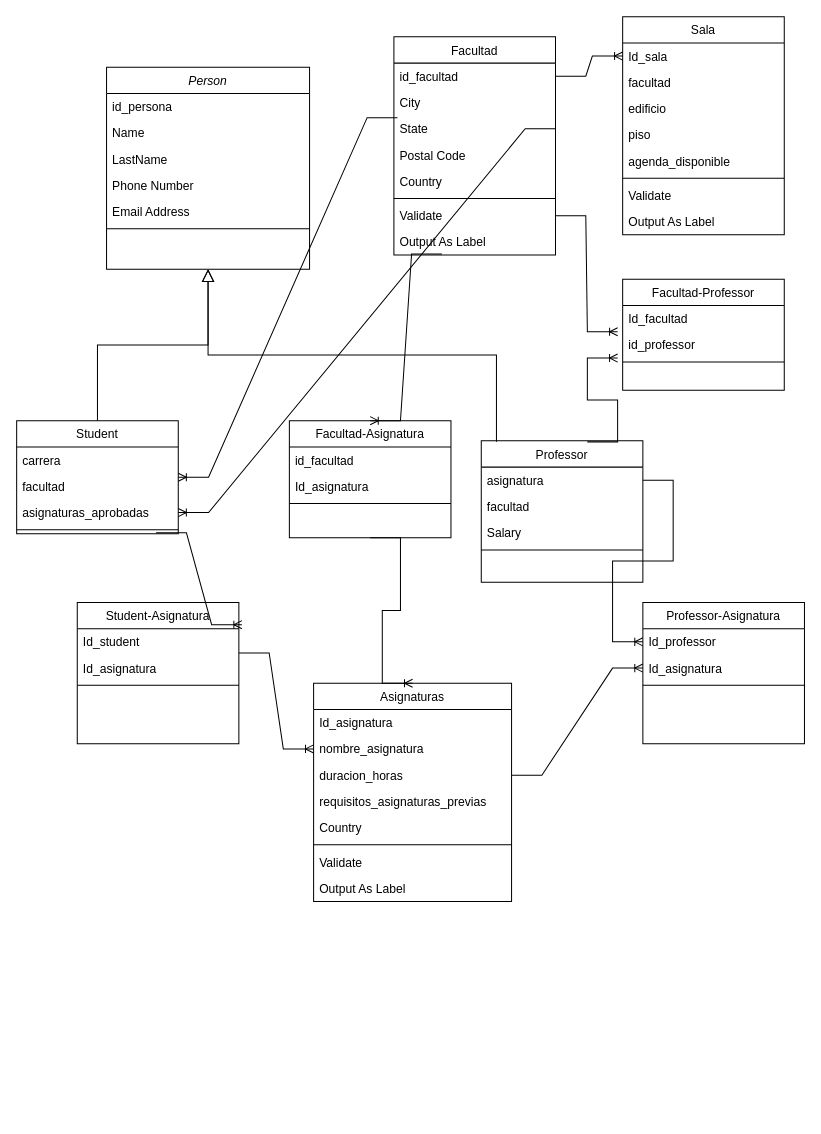
The draw.io diagram Untitled Diagram.drawio in AlexisAlegria/testingGit, before the edit. Source tidied: cells renumbered, new cells numbered last; positions are measured from the earlier drawing's top-left corner, leaving out a move shared by most shapes. Both pictures are drawn from the tidied source at 101%, with x=0, y=0 at pixel (16, 16).
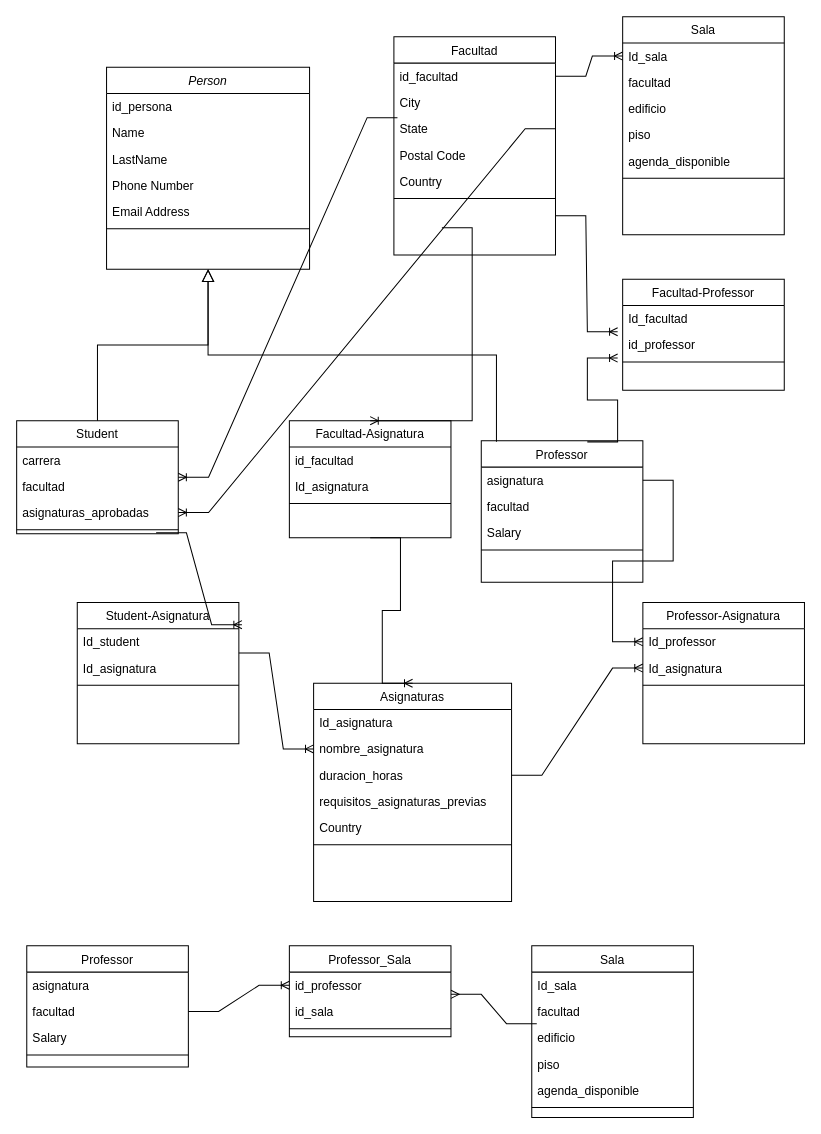
Above is the later version.

The change refers to these unchanged cells:
```xml
<mxCell id="21" value="Sala" style="swimlane;fontStyle=0;align=center;verticalAlign=top;horizontal=1;startSize=26;rounded=0;shadow=0;strokeWidth=1;" parent="1" vertex="1">
  <mxGeometry x="600" width="160" height="216" as="geometry" />
</mxCell>
<mxCell id="30" value="Facultad" style="swimlane;fontStyle=0;align=center;verticalAlign=top;horizontal=1;startSize=26;rounded=0;shadow=0;strokeWidth=1;" parent="1" vertex="1">
  <mxGeometry x="373.5" y="20" width="160" height="216" as="geometry" />
</mxCell>
<mxCell id="39" value="Asignaturas" style="swimlane;fontStyle=0;align=center;verticalAlign=top;horizontal=1;startSize=26;rounded=0;shadow=0;strokeWidth=1;" parent="1" vertex="1">
  <mxGeometry x="294" y="660" width="196" height="216" as="geometry" />
</mxCell>
<mxCell id="65" value="id_professor" style="text;align=left;verticalAlign=top;spacingLeft=4;spacingRight=4;overflow=hidden;points=[[0,0.5],[1,0.5]];portConstraint=eastwest;rounded=0;shadow=0;html=0;" parent="63" vertex="1">
  <mxGeometry y="52" width="160" height="26" as="geometry" />
</mxCell>
<mxCell id="69" value="Facultad-Asignatura" style="swimlane;fontStyle=0;align=center;verticalAlign=top;horizontal=1;startSize=26;rounded=0;shadow=0;strokeWidth=1;" parent="1" vertex="1">
  <mxGeometry x="270" y="400" width="160" height="116" as="geometry" />
</mxCell>
```

Change to the diagram source:
```diff
@@
-    <mxCell id="28" value="Validate" style="text;align=left;verticalAlign=top;spacingLeft=4;spacingRight=4;overflow=hidden;" parent="21" vertex="1">
-      <mxGeometry y="164" width="160" height="26" as="geometry" />
-    </mxCell>
-    <mxCell id="29" value="Output As Label" style="text;align=left;verticalAlign=top;spacingLeft=4;spacingRight=4;overflow=hidden;" parent="21" vertex="1">
-      <mxGeometry y="190" width="160" height="26" as="geometry" />
-    </mxCell>
@@
-    <mxCell id="37" value="Validate" style="text;align=left;verticalAlign=top;spacingLeft=4;spacingRight=4;overflow=hidden;points=[[0,0.5],[1,0.5]];portConstraint=eastwest;" parent="30" vertex="1">
-      <mxGeometry y="164" width="160" height="26" as="geometry" />
-    </mxCell>
-    <mxCell id="38" value="Output As Label" style="text;align=left;verticalAlign=top;spacingLeft=4;spacingRight=4;overflow=hidden;points=[[0,0.5],[1,0.5]];portConstraint=eastwest;" parent="30" vertex="1">
-      <mxGeometry y="190" width="160" height="26" as="geometry" />
-    </mxCell>
@@
-    <mxCell id="46" value="Validate" style="text;align=left;verticalAlign=top;spacingLeft=4;spacingRight=4;overflow=hidden;" parent="39" vertex="1">
-      <mxGeometry y="164" width="196" height="26" as="geometry" />
-    </mxCell>
-    <mxCell id="47" value="Output As Label" style="text;align=left;verticalAlign=top;spacingLeft=4;spacingRight=4;overflow=hidden;" parent="39" vertex="1">
-      <mxGeometry y="190" width="196" height="26" as="geometry" />
-    </mxCell>
@@
-    <mxCell id="68" style="edgeStyle=entityRelationEdgeStyle;fontSize=12;html=1;endArrow=ERoneToMany;rounded=0;exitX=1;exitY=0.5;exitDx=0;exitDy=0;entryX=-0.031;entryY=0;entryDx=0;entryDy=0;entryPerimeter=0;" parent="1" edge="1" source="37" target="65">
-      <mxGeometry relative="1" as="geometry" />
+    <mxCell id="68" style="edgeStyle=entityRelationEdgeStyle;fontSize=12;html=1;endArrow=ERoneToMany;rounded=0;exitX=1;exitY=0.5;exitDx=0;exitDy=0;entryX=-0.031;entryY=0;entryDx=0;entryDy=0;entryPerimeter=0;" parent="1" edge="1" target="65">
+      <mxGeometry relative="1" as="geometry">
+        <mxPoint x="533.5" y="197" as="sourcePoint" />
+      </mxGeometry>
     </mxCell>
@@
-    <mxCell id="74" style="edgeStyle=entityRelationEdgeStyle;fontSize=12;html=1;endArrow=ERoneToMany;rounded=0;exitX=0.297;exitY=0.962;exitDx=0;exitDy=0;exitPerimeter=0;entryX=0.5;entryY=0;entryDx=0;entryDy=0;" parent="1" edge="1" source="38" target="69">
-      <mxGeometry relative="1" as="geometry" />
+    <mxCell id="74" style="edgeStyle=entityRelationEdgeStyle;fontSize=12;html=1;endArrow=ERoneToMany;rounded=0;exitX=0.297;exitY=0.962;exitDx=0;exitDy=0;exitPerimeter=0;entryX=0.5;entryY=0;entryDx=0;entryDy=0;" parent="1" edge="1" target="69">
+      <mxGeometry relative="1" as="geometry">
+        <mxPoint x="421" y="209" as="sourcePoint" />
+      </mxGeometry>
     </mxCell>
+    <mxCell id="75" value="Professor" style="swimlane;fontStyle=0;align=center;verticalAlign=top;horizontal=1;startSize=26;rounded=0;shadow=0;strokeWidth=1;" parent="1" vertex="1">
+      <mxGeometry x="10" y="920" width="160" height="120" as="geometry" />
+    </mxCell>
+    <mxCell id="76" value="asignatura" style="text;align=left;verticalAlign=top;spacingLeft=4;spacingRight=4;overflow=hidden;" parent="75" vertex="1">
+      <mxGeometry y="26" width="160" height="26" as="geometry" />
+    </mxCell>
+    <mxCell id="77" value="facultad" style="text;align=left;verticalAlign=top;spacingLeft=4;spacingRight=4;overflow=hidden;points=[[0,0.5],[1,0.5]];portConstraint=eastwest;" parent="75" vertex="1">
+      <mxGeometry y="52" width="160" height="26" as="geometry" />
+    </mxCell>
+    <mxCell id="78" value="Salary" style="text;align=left;verticalAlign=top;spacingLeft=4;spacingRight=4;overflow=hidden;" parent="75" vertex="1">
+      <mxGeometry y="78" width="160" height="26" as="geometry" />
+    </mxCell>
+    <mxCell id="79" style="line;html=1;strokeWidth=1;align=left;verticalAlign=middle;spacingTop=-1;spacingLeft=3;spacingRight=3;labelPosition=right;" parent="75" vertex="1">
+      <mxGeometry y="104" width="160" height="8" as="geometry" />
+    </mxCell>
+    <mxCell id="80" value="Sala" style="swimlane;fontStyle=0;align=center;verticalAlign=top;horizontal=1;startSize=26;rounded=0;shadow=0;strokeWidth=1;" parent="1" vertex="1">
+      <mxGeometry x="510" y="920" width="160" height="170" as="geometry" />
+    </mxCell>
+    <mxCell id="81" value="Id_sala" style="text;align=left;verticalAlign=top;spacingLeft=4;spacingRight=4;overflow=hidden;" parent="80" vertex="1">
+      <mxGeometry y="26" width="160" height="26" as="geometry" />
+    </mxCell>
+    <mxCell id="82" value="facultad" style="text;align=left;verticalAlign=top;spacingLeft=4;spacingRight=4;overflow=hidden;rounded=0;shadow=0;html=0;" parent="80" vertex="1">
+      <mxGeometry y="52" width="160" height="26" as="geometry" />
+    </mxCell>
+    <mxCell id="83" value="edificio" style="text;align=left;verticalAlign=top;spacingLeft=4;spacingRight=4;overflow=hidden;points=[[0,0.5],[1,0.5]];portConstraint=eastwest;rounded=0;shadow=0;html=0;" parent="80" vertex="1">
+      <mxGeometry y="78" width="160" height="26" as="geometry" />
+    </mxCell>
+    <mxCell id="84" value="piso" style="text;align=left;verticalAlign=top;spacingLeft=4;spacingRight=4;overflow=hidden;rounded=0;shadow=0;html=0;" parent="80" vertex="1">
+      <mxGeometry y="104" width="160" height="26" as="geometry" />
+    </mxCell>
+    <mxCell id="85" value="agenda_disponible" style="text;align=left;verticalAlign=top;spacingLeft=4;spacingRight=4;overflow=hidden;rounded=0;shadow=0;html=0;" parent="80" vertex="1">
+      <mxGeometry y="130" width="160" height="26" as="geometry" />
+    </mxCell>
+    <mxCell id="86" style="line;html=1;strokeWidth=1;align=left;verticalAlign=middle;spacingTop=-1;spacingLeft=3;spacingRight=3;labelPosition=right;" parent="80" vertex="1">
+      <mxGeometry y="156" width="160" height="8" as="geometry" />
+    </mxCell>
+    <mxCell id="87" value="Professor_Sala" style="swimlane;fontStyle=0;align=center;verticalAlign=top;horizontal=1;startSize=26;rounded=0;shadow=0;strokeWidth=1;" parent="1" vertex="1">
+      <mxGeometry x="270" y="920" width="160" height="90" as="geometry" />
+    </mxCell>
+    <mxCell id="88" value="id_professor" style="text;align=left;verticalAlign=top;spacingLeft=4;spacingRight=4;overflow=hidden;points=[[0,0.5],[1,0.5]];portConstraint=eastwest;" parent="87" vertex="1">
+      <mxGeometry y="26" width="160" height="26" as="geometry" />
+    </mxCell>
+    <mxCell id="89" value="id_sala" style="text;align=left;verticalAlign=top;spacingLeft=4;spacingRight=4;overflow=hidden;" parent="87" vertex="1">
+      <mxGeometry y="52" width="160" height="26" as="geometry" />
+    </mxCell>
+    <mxCell id="90" style="line;html=1;strokeWidth=1;align=left;verticalAlign=middle;spacingTop=-1;spacingLeft=3;spacingRight=3;labelPosition=right;" parent="87" vertex="1">
+      <mxGeometry y="78" width="160" height="8" as="geometry" />
+    </mxCell>
+    <mxCell id="91" style="edgeStyle=entityRelationEdgeStyle;fontSize=12;html=1;endArrow=ERoneToMany;rounded=0;exitX=1;exitY=0.5;exitDx=0;exitDy=0;" parent="1" edge="1" source="77" target="88">
+      <mxGeometry relative="1" as="geometry" />
+    </mxCell>
+    <mxCell id="92" style="edgeStyle=entityRelationEdgeStyle;fontSize=12;html=1;endArrow=ERmany;rounded=0;exitX=0.031;exitY=-0.038;exitDx=0;exitDy=0;exitPerimeter=0;entryX=1;entryY=0.846;entryDx=0;entryDy=0;entryPerimeter=0;" parent="1" edge="1" source="83" target="88">
+      <mxGeometry relative="1" as="geometry" />
+    </mxCell>
```
